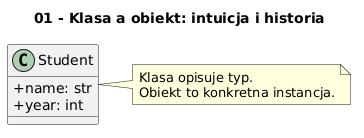
The PlantUML diagram src/_04-classes/01-class-vs-object/diagrams/topic_01.png in tborzyszkowski/python-programming, before a commit. Source of this version:
```plantuml
@startuml
skinparam classAttributeIconSize 0
title 01 - Klasa a obiekt: intuicja i historia

class Student {
  +name: str
  +year: int
}

note right of Student
Klasa opisuje typ.
Obiekt to konkretna instancja.
end note
@enduml
```
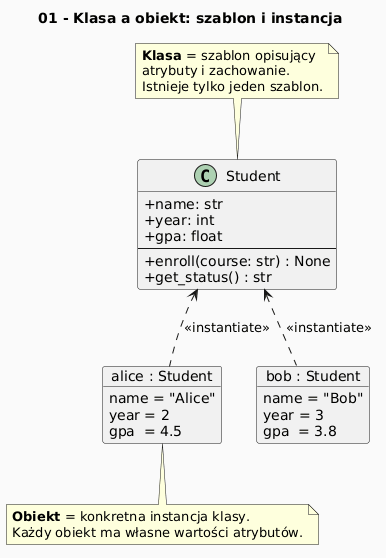
Later version of the same file.

Change to the diagram source:
```diff
@@ -1,14 +1,40 @@
 @startuml
 skinparam classAttributeIconSize 0
-title 01 - Klasa a obiekt: intuicja i historia
+skinparam backgroundColor #FAFAFA
+title 01 - Klasa a obiekt: szablon i instancja
 
 class Student {
-  +name: str
-  +year: int
+  + name: str
+  + year: int
+  + gpa: float
+  --
+  + enroll(course: str) : None
+  + get_status() : str
 }
 
-note right of Student
-Klasa opisuje typ.
-Obiekt to konkretna instancja.
+note top of Student
+  **Klasa** = szablon opisujący
+  atrybuty i zachowanie.
+  Istnieje tylko jeden szablon.
 end note
+
+object "alice : Student" as alice {
+  name = "Alice"
+  year = 2
+  gpa  = 4.5
+}
+
+object "bob : Student" as bob {
+  name = "Bob"
+  year = 3
+  gpa  = 3.8
+}
+
+note bottom of alice
+  **Obiekt** = konkretna instancja klasy.
+  Każdy obiekt ma własne wartości atrybutów.
+end note
+
+Student <.. alice : <<instantiate>>
+Student <.. bob   : <<instantiate>>
 @enduml
```
